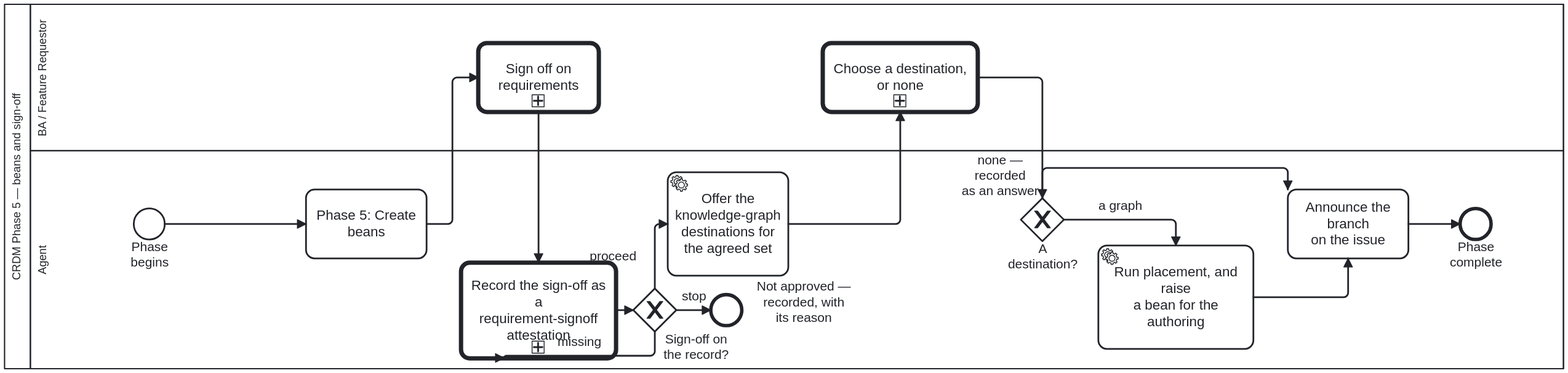
The BPMN diagram docs/assets/img/workflows/crdm-signoff.svg in litlfred/cat-harness, before a commit. Its source is kept beside it as processes/process/crdm-signoff.bpmn. Ids are renumbered.
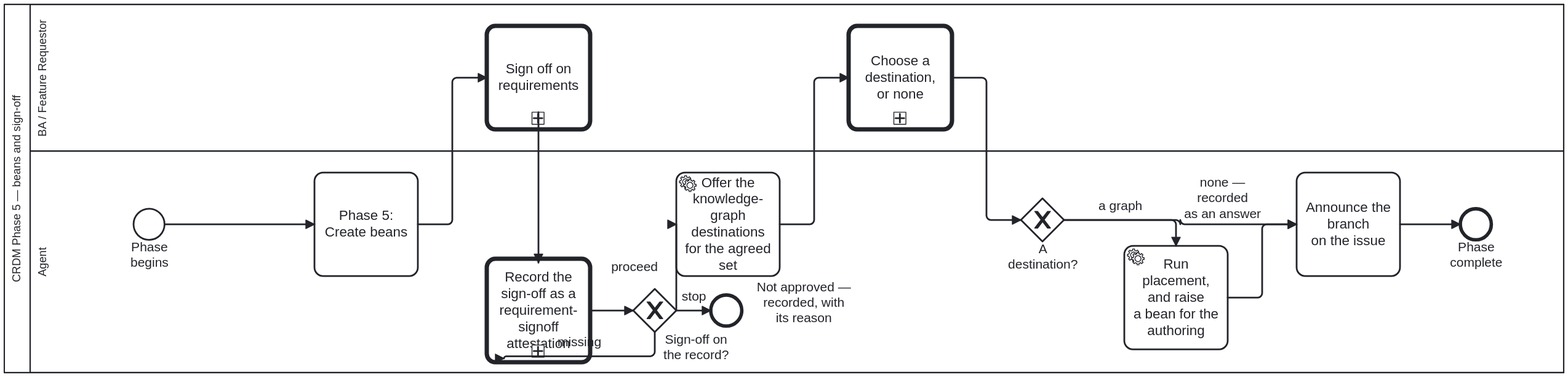
The same file after the commit.

Diff of the diagram source:
```diff
@@ -148,44 +148,46 @@
   <bpmndi:BPMNDiagram id="Diagram_Process_CRDM_Signoff">
     <bpmndi:BPMNPlane id="Plane_Process_CRDM_Signoff" bpmnElement="Collaboration_Process_CRDM_Signoff">
       <bpmndi:BPMNShape id="Shape_Participant_Process_CRDM_Signoff" bpmnElement="Participant_Process_CRDM_Signoff" isHorizontal="true">
-        <dc:Bounds x="160" y="80" width="1810" height="422.5" />
+        <dc:Bounds x="160" y="80" width="1810" height="427" />
       </bpmndi:BPMNShape>
       <bpmndi:BPMNShape id="Shape_Lane_BA_Process_CRDM_Signoff" bpmnElement="Lane_BA" isHorizontal="true">
         <dc:Bounds x="190" y="80" width="1780" height="170" />
       </bpmndi:BPMNShape>
       <bpmndi:BPMNShape id="Shape_Lane_Agent_Process_CRDM_Signoff" bpmnElement="Lane_Agent" isHorizontal="true">
-        <dc:Bounds x="190" y="250" width="1780" height="252.5" />
+        <dc:Bounds x="190" y="250" width="1780" height="257" />
       </bpmndi:BPMNShape>
       <bpmndi:BPMNShape id="Shape_Start_Process_CRDM_Signoff" bpmnElement="Start_Process_CRDM_Signoff">
         <dc:Bounds x="310" y="317" width="36" height="36" />
       </bpmndi:BPMNShape>
       <bpmndi:BPMNShape id="Shape_A_CreateBeans" bpmnElement="A_CreateBeans">
-        <dc:Bounds x="510" y="295" width="140" height="80" />
+        <dc:Bounds x="520" y="275" width="120" height="120" />
       </bpmndi:BPMNShape>
       <bpmndi:BPMNShape id="Shape_BA_Signoff" bpmnElement="BA_Signoff">
-        <dc:Bounds x="710" y="125" width="140" height="80" />
+        <dc:Bounds x="720" y="105" width="120" height="120" />
       </bpmndi:BPMNShape>
       <bpmndi:BPMNShape id="Shape_A_OfferKg" bpmnElement="A_OfferKg">
-        <dc:Bounds x="930" y="275" width="140" height="120" />
+        <dc:Bounds x="940" y="275" width="120" height="120" />
       </bpmndi:BPMNShape>
       <bpmndi:BPMNShape id="Shape_BA_ChooseKg" bpmnElement="BA_ChooseKg">
-        <dc:Bounds x="1110" y="125" width="180" height="80" />
+        <dc:Bounds x="1140" y="105" width="120" height="120" />
       </bpmndi:BPMNShape>
       <bpmndi:BPMNShape id="Shape_GW_KgChosen" bpmnElement="GW_KgChosen" isMarkerVisible="true">
         <dc:Bounds x="1340" y="305" width="50" height="50" />
       </bpmndi:BPMNShape>
       <bpmndi:BPMNShape id="Shape_A_RecordKg" bpmnElement="A_RecordKg">
-        <dc:Bounds x="1430" y="360" width="180" height="120" />
+        <dc:Bounds x="1460" y="360" width="120" height="120" />
       </bpmndi:BPMNShape>
       <bpmndi:BPMNEdge id="Edge_SF_Kg_1" bpmnElement="SF_Kg_1">
-        <di:waypoint x="1070" y="335" />
-        <di:waypoint x="1200" y="335" />
-        <di:waypoint x="1200" y="205" />
+        <di:waypoint x="1060" y="335" />
+        <di:waypoint x="1100" y="335" />
+        <di:waypoint x="1100" y="165" />
+        <di:waypoint x="1140" y="165" />
       </bpmndi:BPMNEdge>
       <bpmndi:BPMNEdge id="Edge_SF_Kg_2" bpmnElement="SF_Kg_2">
-        <di:waypoint x="1290" y="165" />
-        <di:waypoint x="1365" y="165" />
-        <di:waypoint x="1365" y="305" />
+        <di:waypoint x="1260" y="165" />
+        <di:waypoint x="1300" y="165" />
+        <di:waypoint x="1300" y="330" />
+        <di:waypoint x="1340" y="330" />
       </bpmndi:BPMNEdge>
       <bpmndi:BPMNEdge id="Edge_SF_Kg_3" bpmnElement="SF_Kg_3">
         <di:waypoint x="1390" y="330" />
@@ -193,57 +195,59 @@
         <di:waypoint x="1520" y="360" />
       </bpmndi:BPMNEdge>
       <bpmndi:BPMNEdge id="Edge_SF_Kg_4" bpmnElement="SF_Kg_4">
-        <di:waypoint x="1610" y="420" />
-        <di:waypoint x="1720" y="420" />
-        <di:waypoint x="1720" y="375" />
+        <di:waypoint x="1580" y="420" />
+        <di:waypoint x="1620" y="420" />
+        <di:waypoint x="1620" y="335" />
+        <di:waypoint x="1660" y="335" />
       </bpmndi:BPMNEdge>
       <bpmndi:BPMNEdge id="Edge_SF_Kg_None" bpmnElement="SF_Kg_None">
-        <di:waypoint x="1365" y="305" />
-        <di:waypoint x="1365" y="270" />
-        <di:waypoint x="1650" y="270" />
-        <di:waypoint x="1650" y="295" />
-        <bpmndi:BPMNLabel><dc:Bounds x="1271" y="252.25" width="90" height="53" /></bpmndi:BPMNLabel>
+        <di:waypoint x="1390" y="330" />
+        <di:waypoint x="1525" y="330" />
+        <di:waypoint x="1525" y="335" />
+        <di:waypoint x="1660" y="335" />
+        <bpmndi:BPMNLabel><dc:Bounds x="1529" y="278" width="90" height="53" /></bpmndi:BPMNLabel>
       </bpmndi:BPMNEdge>
       <bpmndi:BPMNShape id="Shape_A_AnnounceBranch" bpmnElement="A_AnnounceBranch">
-        <dc:Bounds x="1650" y="295" width="140" height="80" />
+        <dc:Bounds x="1660" y="275" width="120" height="120" />
       </bpmndi:BPMNShape>
       <bpmndi:BPMNShape id="Shape_End_Process_CRDM_Signoff" bpmnElement="End_Process_CRDM_Signoff">
         <dc:Bounds x="1850" y="317" width="36" height="36" />
       </bpmndi:BPMNShape>
       <bpmndi:BPMNEdge id="Edge_SF_Process_CRDM_Signoff_1" bpmnElement="SF_Process_CRDM_Signoff_1">
         <di:waypoint x="346" y="335" />
-        <di:waypoint x="510" y="335" />
+        <di:waypoint x="520" y="335" />
       </bpmndi:BPMNEdge>
       <bpmndi:BPMNEdge id="Edge_SF_Process_CRDM_Signoff_2" bpmnElement="SF_Process_CRDM_Signoff_2">
-        <di:waypoint x="650" y="335" />
+        <di:waypoint x="640" y="335" />
         <di:waypoint x="680" y="335" />
         <di:waypoint x="680" y="165" />
-        <di:waypoint x="710" y="165" />
+        <di:waypoint x="720" y="165" />
       </bpmndi:BPMNEdge>
       <bpmndi:BPMNEdge id="Edge_SF_Process_CRDM_Signoff_3" bpmnElement="SF_Process_CRDM_Signoff_3">
         <di:waypoint x="780" y="205" />
         <di:waypoint x="780" y="379.5" />
       </bpmndi:BPMNEdge>
       <bpmndi:BPMNShape id="Shape_A_RecordSignoff" bpmnElement="A_RecordSignoff">
-        <dc:Bounds x="690" y="379.5" width="180" height="111" />
+        <dc:Bounds x="720" y="375" width="120" height="120" />
       </bpmndi:BPMNShape>
       <bpmndi:BPMNShape id="Shape_GW_SignoffRecorded" bpmnElement="GW_SignoffRecorded" isMarkerVisible="true">
         <dc:Bounds x="890" y="410" width="50" height="50" />
-        <bpmndi:BPMNLabel><dc:Bounds x="918.01" y="459.5" width="90" height="35" /></bpmndi:BPMNLabel>
-      </bpmndi:BPMNShape>
+
+      <bpmndi:BPMNLabel><dc:Bounds x="918.01" y="459.5" width="90" height="35" /></bpmndi:BPMNLabel></bpmndi:BPMNShape>
       <bpmndi:BPMNShape id="Shape_End_SignoffStopped" bpmnElement="End_SignoffStopped">
         <dc:Bounds x="980" y="417" width="36" height="36" />
 
       <bpmndi:BPMNLabel><dc:Bounds x="1020" y="399" width="135" height="72" /></bpmndi:BPMNLabel></bpmndi:BPMNShape>
       <bpmndi:BPMNEdge id="Edge_SF_Signoff_Gate" bpmnElement="SF_Signoff_Gate">
-        <di:waypoint x="870" y="435" />
+        <di:waypoint x="840" y="435" />
         <di:waypoint x="890" y="435" />
       </bpmndi:BPMNEdge>
       <bpmndi:BPMNEdge id="Edge_SF_Signoff_Proceed" bpmnElement="SF_Signoff_Proceed">
-        <di:waypoint x="915" y="410" />
-        <di:waypoint x="915" y="335" />
-        <di:waypoint x="930" y="335" />
-        <bpmndi:BPMNLabel><dc:Bounds x="821" y="363.5" width="90" height="18" /></bpmndi:BPMNLabel>
+        <di:waypoint x="940" y="435" />
+        <di:waypoint x="940" y="435" />
+        <di:waypoint x="940" y="335" />
+        <di:waypoint x="940" y="335" />
+        <bpmndi:BPMNLabel><dc:Bounds x="846" y="376" width="90" height="18" /></bpmndi:BPMNLabel>
       </bpmndi:BPMNEdge>
       <bpmndi:BPMNEdge id="Edge_SF_Signoff_Stop" bpmnElement="SF_Signoff_Stop">
         <di:waypoint x="940" y="435" />
@@ -256,7 +260,7 @@
         <di:waypoint x="740" y="490.5" />
       </bpmndi:BPMNEdge>
       <bpmndi:BPMNEdge id="Edge_SF_Process_CRDM_Signoff_4" bpmnElement="SF_Process_CRDM_Signoff_4">
-        <di:waypoint x="1790" y="335" />
+        <di:waypoint x="1780" y="335" />
         <di:waypoint x="1850" y="335" />
       </bpmndi:BPMNEdge>
     </bpmndi:BPMNPlane>
```
